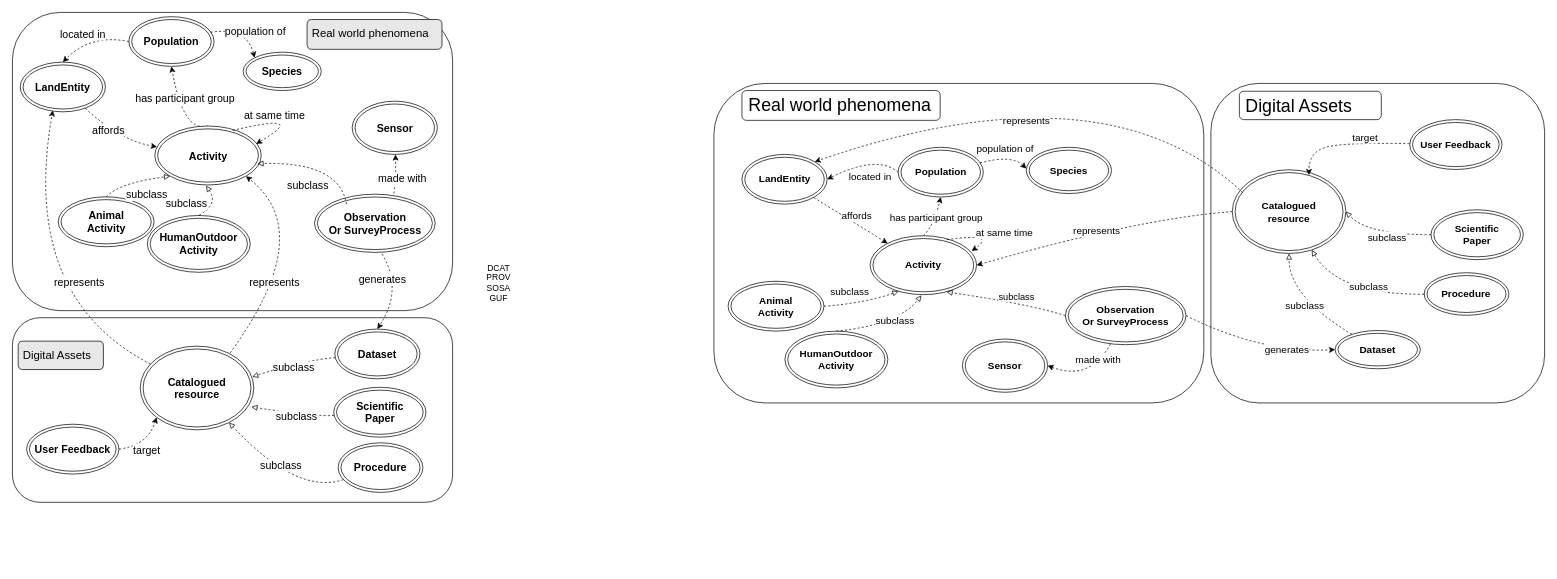
This is page "schemas article" (2 of 3) of docs/diagrams/model_KG.drawio from IntForOut/outdoorPressure, a draw.io file, before an edit. Source tidied: cells renumbered, new cells numbered last; positions are measured from the earlier drawing's top-left corner, leaving out a move shared by most shapes. Both pictures are drawn from the tidied source at 71%, with x=0, y=0 at pixel (12, 12).
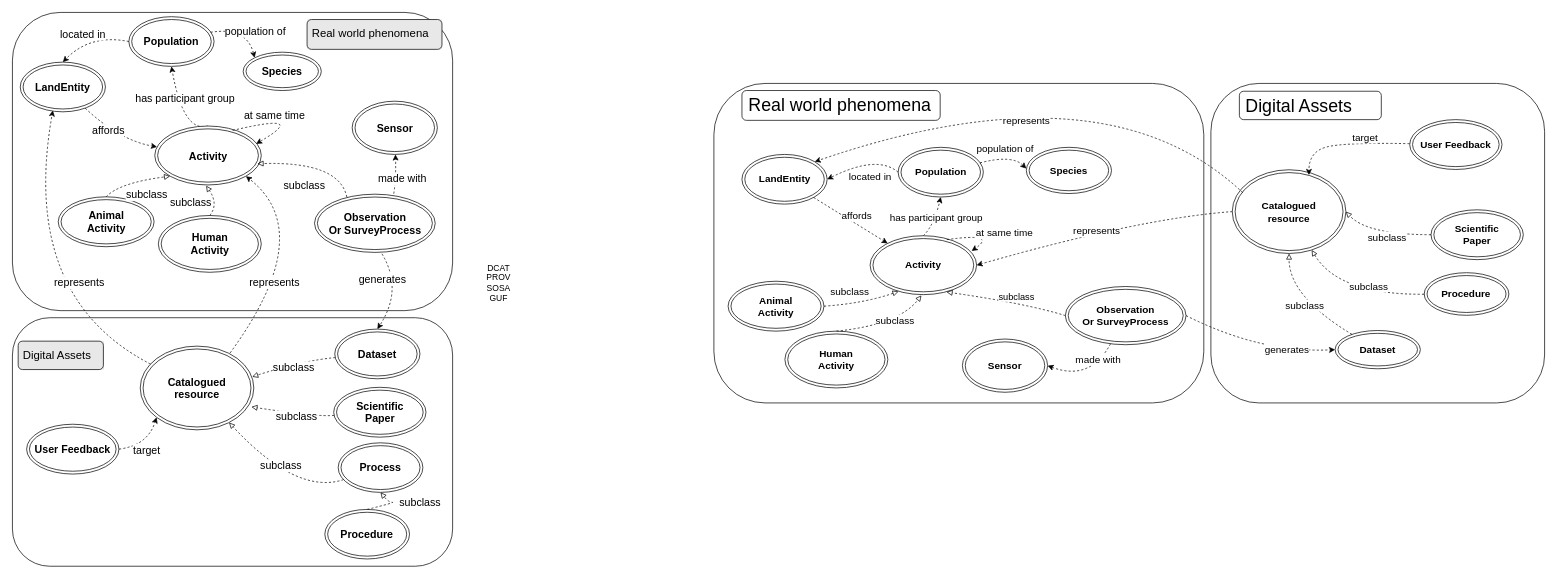
The same diagram, later.

Unchanged cells that the change refers to:
```xml
<mxCell id="68" value="&lt;b&gt;Observation&lt;br&gt;Or SurveyProcess&lt;/b&gt;" style="ellipse;shape=doubleEllipse;whiteSpace=wrap;html=1;fontSize=15;" parent="1" vertex="1">
  <mxGeometry x="425.5" y="256" width="170" height="82" as="geometry" />
</mxCell>
<mxCell id="74" value="&lt;b&gt;Activity&lt;/b&gt;" style="ellipse;shape=doubleEllipse;whiteSpace=wrap;html=1;fontSize=15;" parent="1" vertex="1">
  <mxGeometry x="200.5" y="160" width="150" height="83" as="geometry" />
</mxCell>
```

What changed in the source:
```diff
@@
     <mxCell id="2" style="rounded=1;whiteSpace=wrap;html=1;fillColor=none;fontSize=15;" parent="1" vertex="1">
-      <mxGeometry y="430" width="620" height="260" as="geometry" />
+      <mxGeometry y="430" width="620" height="350" as="geometry" />
     </mxCell>
@@
-    <mxCell id="11" value="&lt;b&gt;HumanOutdoor&lt;/b&gt;&lt;div&gt;&lt;b&gt;Activity&lt;/b&gt;&lt;/div&gt;" style="ellipse;shape=doubleEllipse;whiteSpace=wrap;html=1;fontSize=14;" parent="1" vertex="1">
+    <mxCell id="11" value="&lt;b&gt;Human&lt;/b&gt;&lt;div&gt;&lt;b&gt;Activity&lt;/b&gt;&lt;/div&gt;" style="ellipse;shape=doubleEllipse;whiteSpace=wrap;html=1;fontSize=14;" parent="1" vertex="1">
       <mxGeometry x="1088" y="448.9" width="145" height="80" as="geometry" />
     </mxCell>
@@
-    <mxCell id="65" value="&lt;b&gt;HumanOutdoor&lt;/b&gt;&lt;div&gt;&lt;b&gt;Activity&lt;/b&gt;&lt;/div&gt;" style="ellipse;shape=doubleEllipse;whiteSpace=wrap;html=1;fontSize=15;" parent="1" vertex="1">
-      <mxGeometry x="190" y="286" width="145" height="80" as="geometry" />
+    <mxCell id="65" value="&lt;b&gt;Human&lt;/b&gt;&lt;div&gt;&lt;b&gt;Activity&lt;/b&gt;&lt;/div&gt;" style="ellipse;shape=doubleEllipse;whiteSpace=wrap;html=1;fontSize=15;" parent="1" vertex="1">
+      <mxGeometry x="205.5" y="286" width="145" height="80" as="geometry" />
     </mxCell>
@@
-    <mxCell id="82" value="&lt;b&gt;&lt;span style=&quot;color: rgb(0, 0, 0);&quot;&gt;Procedure&lt;/span&gt;&lt;/b&gt;" style="ellipse;shape=doubleEllipse;whiteSpace=wrap;html=1;fontSize=15;fillColor=none;" parent="1" vertex="1">
+    <mxCell id="82" value="&lt;b&gt;&lt;span style=&quot;color: rgb(0, 0, 0);&quot;&gt;Process&lt;/span&gt;&lt;/b&gt;" style="ellipse;shape=doubleEllipse;whiteSpace=wrap;html=1;fontSize=15;fillColor=none;" parent="1" vertex="1">
       <mxGeometry x="458.8" y="606.2" width="119.3" height="69.8" as="geometry" />
     </mxCell>
@@
-    <mxCell id="88" style="edgeStyle=none;html=1;entryX=0.964;entryY=0.639;entryDx=0;entryDy=0;entryPerimeter=0;rounded=0;curved=1;exitX=0.265;exitY=0.171;exitDx=0;exitDy=0;endArrow=block;endFill=0;dashed=1;exitPerimeter=0;fontSize=15;" parent="1" edge="1" source="68" target="74">
+    <mxCell id="88" style="edgeStyle=none;html=1;entryX=0.964;entryY=0.639;entryDx=0;entryDy=0;entryPerimeter=0;rounded=0;curved=1;endArrow=block;endFill=0;dashed=1;fontSize=15;" parent="1" edge="1" target="74">
       <mxGeometry relative="1" as="geometry">
+        <mxPoint x="471" y="260" as="sourcePoint" />
         <Array as="points">
           <mxPoint x="460.5" y="210" />
         </Array>
       </mxGeometry>
     </mxCell>
@@
+    <mxCell id="111" value="&lt;b&gt;&lt;span style=&quot;color: rgb(0, 0, 0);&quot;&gt;Procedure&lt;/span&gt;&lt;/b&gt;" style="ellipse;shape=doubleEllipse;whiteSpace=wrap;html=1;fontSize=15;fillColor=none;" parent="1" vertex="1">
+      <mxGeometry x="440" y="700" width="119.3" height="69.8" as="geometry" />
+    </mxCell>
+    <mxCell id="112" style="edgeStyle=none;html=1;rounded=0;curved=1;dashed=1;endArrow=block;endFill=0;fontSize=15;exitX=0.5;exitY=0;exitDx=0;exitDy=0;entryX=0.5;entryY=1;entryDx=0;entryDy=0;" parent="1" edge="1" source="111" target="82">
+      <mxGeometry relative="1" as="geometry">
+        <Array as="points">
+          <mxPoint x="540" y="690" />
+          <mxPoint x="530" y="690" />
+        </Array>
+      </mxGeometry>
+    </mxCell>
+    <mxCell id="113" value="subclass" style="edgeLabel;html=1;align=center;verticalAlign=middle;fontSize=15;" parent="112" vertex="1">
+      <mxGeometry x="-0.02" y="-5" relative="1" as="geometry">
+        <mxPoint x="40" y="-7" as="offset" />
+      </mxGeometry>
+    </mxCell>
```
